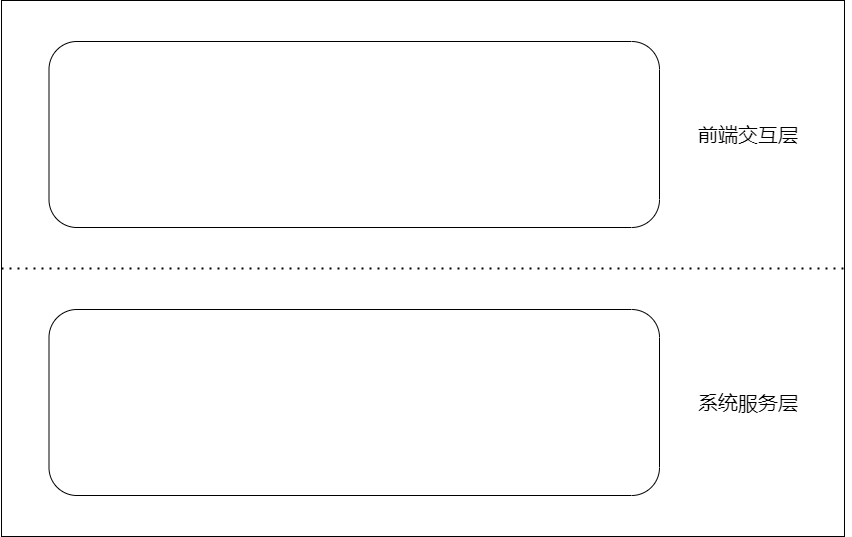
This is 总体框架图.png from AdamFocus/draw, a draw.io export, as it was before one commit. Source tidied: cells renumbered, new cells last; positions are measured from the earlier drawing's top-left corner, leaving out a move shared by most shapes. The source it was exported from:
```xml
<mxGraphModel>
  <root>
    <mxCell id="0" />
    <mxCell id="1" parent="0" />
    <mxCell id="2" style="rounded=0;whiteSpace=wrap;html=1;" parent="1" vertex="1">
      <mxGeometry width="843" height="536" as="geometry" />
    </mxCell>
    <mxCell id="3" style="rounded=1;whiteSpace=wrap;html=1;" parent="1" vertex="1">
      <mxGeometry x="47.5" y="41" width="610.5" height="186" as="geometry" />
    </mxCell>
    <mxCell id="4" style="endArrow=none;dashed=1;html=1;dashPattern=1 3;strokeWidth=2;rounded=0;exitX=0;exitY=0.5;exitDx=0;exitDy=0;entryX=1;entryY=0.5;entryDx=0;entryDy=0;" parent="1" edge="1" source="2" target="2">
      <mxGeometry relative="1" as="geometry" />
    </mxCell>
    <mxCell id="5" style="rounded=1;whiteSpace=wrap;html=1;" parent="1" vertex="1">
      <mxGeometry x="47.5" y="309" width="610.5" height="186" as="geometry" />
    </mxCell>
    <mxCell id="6" value="&lt;font style=&quot;font-size: 20px&quot;&gt;前端交互层&lt;/font&gt;" style="text;html=1;strokeColor=none;fillColor=none;align=center;verticalAlign=middle;whiteSpace=wrap;rounded=0;" parent="1" vertex="1">
      <mxGeometry x="644" y="119" width="206" height="30" as="geometry" />
    </mxCell>
    <mxCell id="7" value="&lt;font style=&quot;font-size: 20px&quot;&gt;系统服务层&lt;/font&gt;" style="text;html=1;strokeColor=none;fillColor=none;align=center;verticalAlign=middle;whiteSpace=wrap;rounded=0;" parent="1" vertex="1">
      <mxGeometry x="644" y="387" width="206" height="30" as="geometry" />
    </mxCell>
  </root>
</mxGraphModel>
```
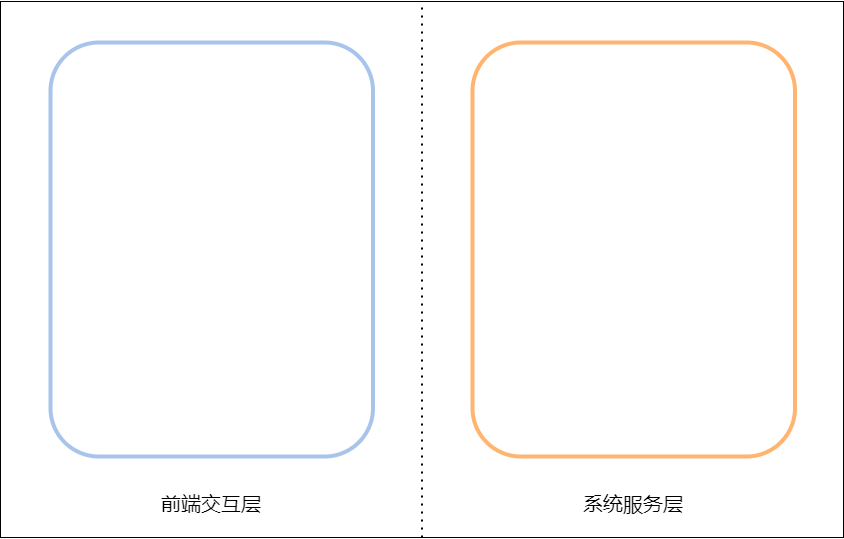
The same diagram one commit later.

Commit message:
Update 总体框架图.png

The edit, as a diff of the source:
```diff
@@ -5,20 +5,20 @@
     <mxCell id="2" style="rounded=0;whiteSpace=wrap;html=1;" parent="1" vertex="1">
       <mxGeometry width="843" height="536" as="geometry" />
     </mxCell>
-    <mxCell id="3" style="rounded=1;whiteSpace=wrap;html=1;" parent="1" vertex="1">
-      <mxGeometry x="47.5" y="41" width="610.5" height="186" as="geometry" />
+    <mxCell id="3" style="rounded=1;whiteSpace=wrap;html=1;strokeColor=#A9C4EB;strokeWidth=4;" parent="1" vertex="1">
+      <mxGeometry x="50" y="41" width="322.5" height="414" as="geometry" />
     </mxCell>
-    <mxCell id="4" style="endArrow=none;dashed=1;html=1;dashPattern=1 3;strokeWidth=2;rounded=0;exitX=0;exitY=0.5;exitDx=0;exitDy=0;entryX=1;entryY=0.5;entryDx=0;entryDy=0;" parent="1" edge="1" source="2" target="2">
-      <mxGeometry relative="1" as="geometry" />
-    </mxCell>
-    <mxCell id="5" style="rounded=1;whiteSpace=wrap;html=1;" parent="1" vertex="1">
-      <mxGeometry x="47.5" y="309" width="610.5" height="186" as="geometry" />
-    </mxCell>
     <mxCell id="6" value="&lt;font style=&quot;font-size: 20px&quot;&gt;前端交互层&lt;/font&gt;" style="text;html=1;strokeColor=none;fillColor=none;align=center;verticalAlign=middle;whiteSpace=wrap;rounded=0;" parent="1" vertex="1">
-      <mxGeometry x="644" y="119" width="206" height="30" as="geometry" />
+      <mxGeometry x="108.2" y="487" width="206" height="30" as="geometry" />
     </mxCell>
     <mxCell id="7" value="&lt;font style=&quot;font-size: 20px&quot;&gt;系统服务层&lt;/font&gt;" style="text;html=1;strokeColor=none;fillColor=none;align=center;verticalAlign=middle;whiteSpace=wrap;rounded=0;" parent="1" vertex="1">
-      <mxGeometry x="644" y="387" width="206" height="30" as="geometry" />
+      <mxGeometry x="530.2" y="487" width="206" height="30" as="geometry" />
     </mxCell>
+    <mxCell id="4" style="endArrow=none;dashed=1;html=1;dashPattern=1 3;strokeWidth=2;rounded=0;fontSize=20;entryX=0.5;entryY=0;entryDx=0;entryDy=0;exitX=0.5;exitY=1;exitDx=0;exitDy=0;" parent="1" edge="1" source="2" target="2">
+      <mxGeometry relative="1" as="geometry" />
+    </mxCell>
+    <mxCell id="8" style="rounded=1;whiteSpace=wrap;html=1;strokeColor=#FFB570;strokeWidth=4;" parent="1" vertex="1">
+      <mxGeometry x="472" y="41" width="322.5" height="414" as="geometry" />
+    </mxCell>
   </root>
 </mxGraphModel>
```
